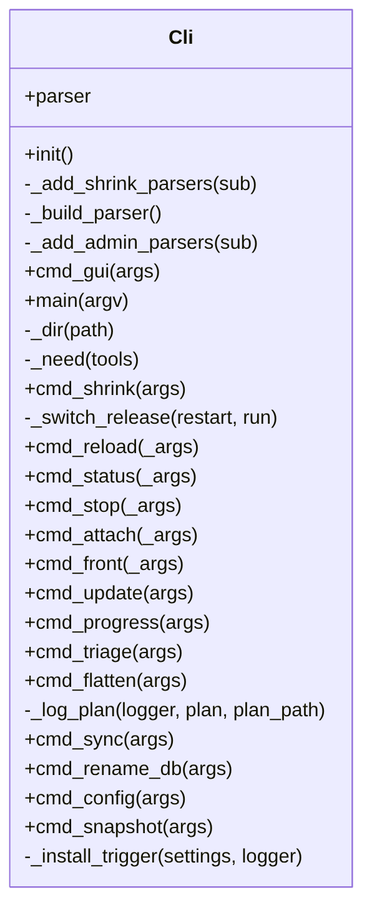
This is docs/img/uml_cli.png from peddanet/mediatools, a Mermaid export, as it was before one commit. Its source is kept beside it as docs/img/uml_cli.mmd.
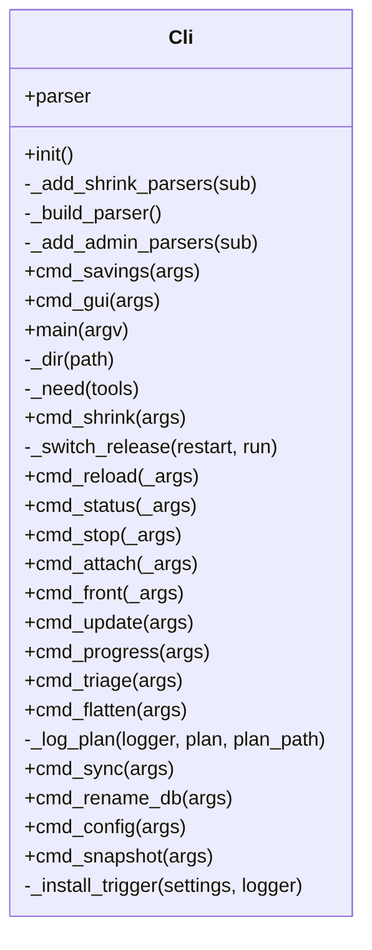
Above is the later version.

Diff of the diagram source:
```diff
@@ -6,6 +6,7 @@
     -_add_shrink_parsers(sub)
     -_build_parser()
     -_add_admin_parsers(sub)
+    +cmd_savings(args)
     +cmd_gui(args)
     +main(argv)
     -_dir(path)
```
